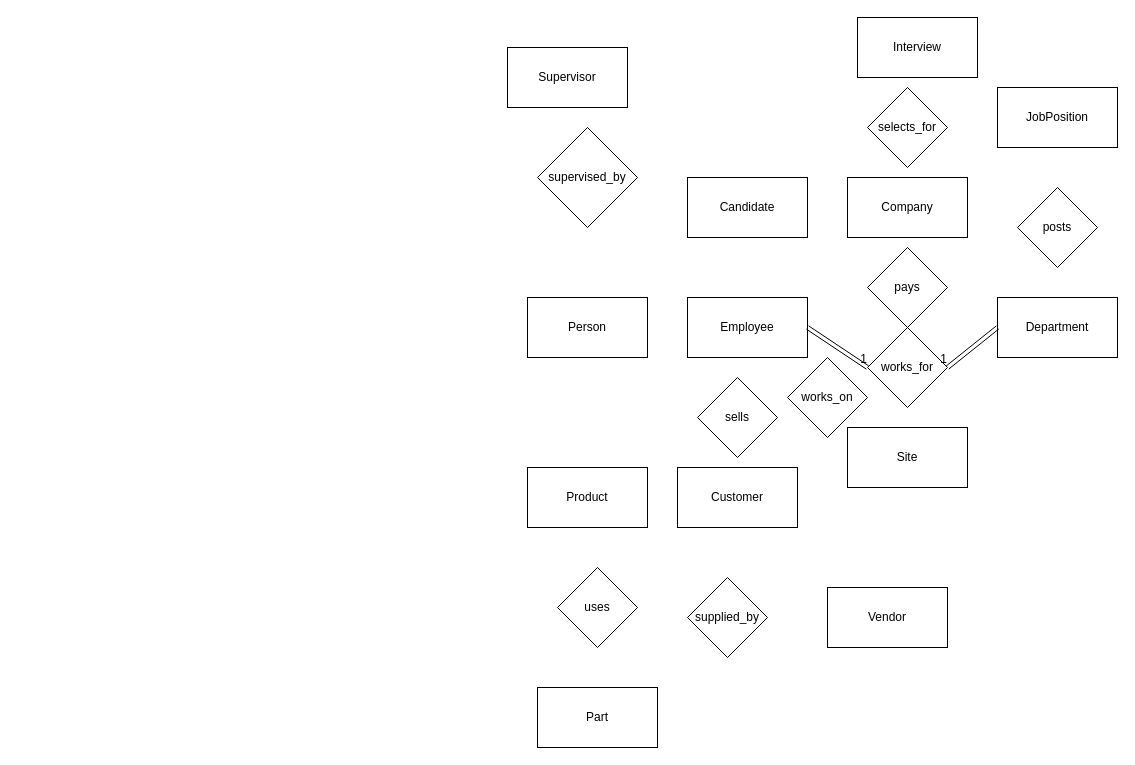
Before: Untitled Diagram.drawio in yams-yams/SQLProject, a draw.io diagram. Source tidied: cells renumbered, new cells numbered last; positions are measured from the earlier drawing's top-left corner, leaving out a move shared by most shapes. Both pictures are drawn from the tidied source at 100%, with x=0, y=0 at pixel (507, 17).
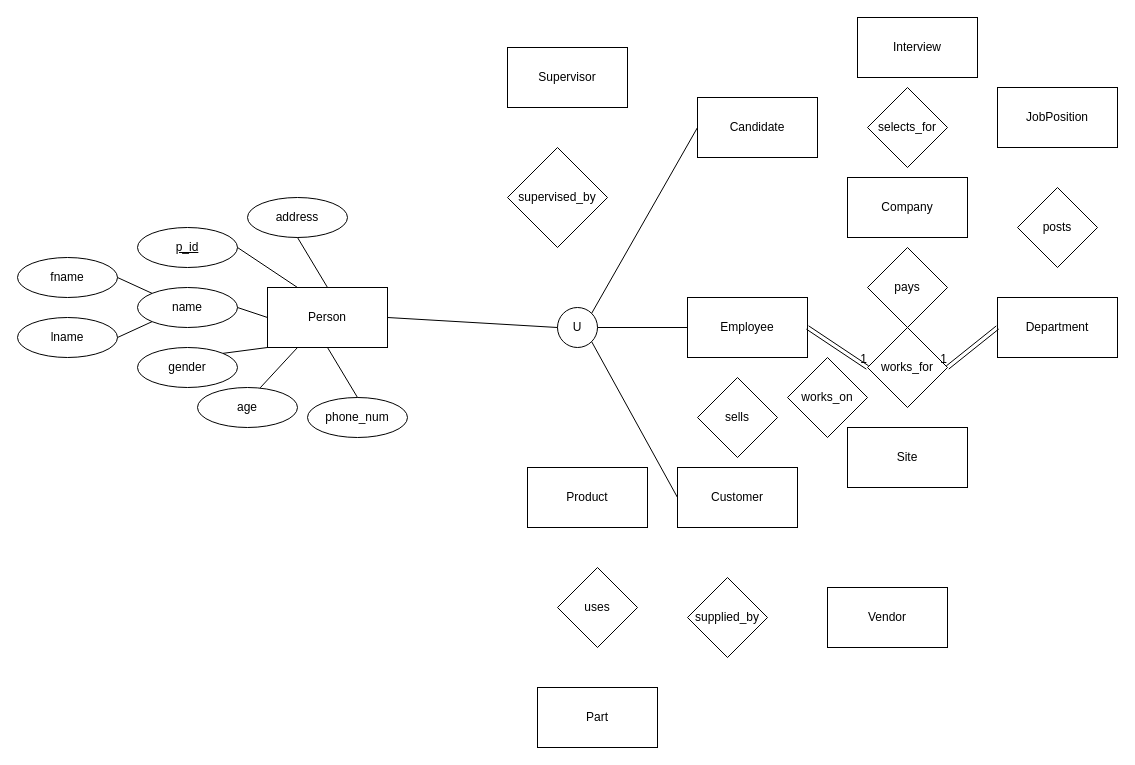
After the change.

The change refers to these unchanged cells:
```xml
<mxCell id="3" value="Employee" style="rounded=0;whiteSpace=wrap;html=1;" parent="1" vertex="1">
  <mxGeometry x="180" y="280" width="120" height="60" as="geometry" />
</mxCell>
<mxCell id="7" value="Customer" style="rounded=0;whiteSpace=wrap;html=1;" parent="1" vertex="1">
  <mxGeometry x="170" y="450" width="120" height="60" as="geometry" />
</mxCell>
```

Diff of the diagram source:
```diff
@@
     <mxCell id="5" value="Person" style="rounded=0;whiteSpace=wrap;html=1;" parent="1" vertex="1">
-      <mxGeometry x="20" y="280" width="120" height="60" as="geometry" />
+      <mxGeometry x="-240" y="270" width="120" height="60" as="geometry" />
     </mxCell>
@@
     <mxCell id="8" value="Candidate" style="rounded=0;whiteSpace=wrap;html=1;" parent="1" vertex="1">
-      <mxGeometry x="180" y="160" width="120" height="60" as="geometry" />
+      <mxGeometry x="190" y="80" width="120" height="60" as="geometry" />
     </mxCell>
@@
     <mxCell id="17" value="supervised_by" style="rhombus;whiteSpace=wrap;html=1;" parent="1" vertex="1">
-      <mxGeometry x="30" y="110" width="100" height="100" as="geometry" />
+      <mxGeometry y="130" width="100" height="100" as="geometry" />
     </mxCell>
@@
+    <mxCell id="28" value="U" style="ellipse;whiteSpace=wrap;html=1;align=center;" parent="1" vertex="1">
+      <mxGeometry x="50" y="290" width="40" height="40" as="geometry" />
+    </mxCell>
+    <mxCell id="29" style="endArrow=none;html=1;rounded=0;entryX=0;entryY=0.5;entryDx=0;entryDy=0;exitX=1;exitY=0.5;exitDx=0;exitDy=0;" parent="1" edge="1" source="5" target="28">
+      <mxGeometry relative="1" as="geometry" />
+    </mxCell>
+    <mxCell id="30" style="endArrow=none;html=1;rounded=0;exitX=1;exitY=0.5;exitDx=0;exitDy=0;entryX=0;entryY=0.5;entryDx=0;entryDy=0;" parent="1" edge="1" source="28" target="3">
+      <mxGeometry relative="1" as="geometry" />
+    </mxCell>
+    <mxCell id="31" style="endArrow=none;html=1;rounded=0;exitX=1;exitY=0;exitDx=0;exitDy=0;entryX=0;entryY=0.5;entryDx=0;entryDy=0;" parent="1" edge="1" source="28" target="8">
+      <mxGeometry relative="1" as="geometry" />
+    </mxCell>
+    <mxCell id="32" style="endArrow=none;html=1;rounded=0;exitX=1;exitY=1;exitDx=0;exitDy=0;entryX=0;entryY=0.5;entryDx=0;entryDy=0;" parent="1" edge="1" source="28" target="7">
+      <mxGeometry relative="1" as="geometry" />
+    </mxCell>
+    <mxCell id="33" value="p_id" style="ellipse;whiteSpace=wrap;html=1;align=center;fontStyle=4;" parent="1" vertex="1">
+      <mxGeometry x="-370" y="210" width="100" height="40" as="geometry" />
+    </mxCell>
+    <mxCell id="34" value="fname" style="ellipse;whiteSpace=wrap;html=1;align=center;" parent="1" vertex="1">
+      <mxGeometry x="-490" y="240" width="100" height="40" as="geometry" />
+    </mxCell>
+    <mxCell id="35" value="name" style="ellipse;whiteSpace=wrap;html=1;align=center;" parent="1" vertex="1">
+      <mxGeometry x="-370" y="270" width="100" height="40" as="geometry" />
+    </mxCell>
+    <mxCell id="36" value="lname" style="ellipse;whiteSpace=wrap;html=1;align=center;" parent="1" vertex="1">
+      <mxGeometry x="-490" y="300" width="100" height="40" as="geometry" />
+    </mxCell>
+    <mxCell id="37" value="gender" style="ellipse;whiteSpace=wrap;html=1;align=center;" parent="1" vertex="1">
+      <mxGeometry x="-370" y="330" width="100" height="40" as="geometry" />
+    </mxCell>
+    <mxCell id="38" value="age" style="ellipse;whiteSpace=wrap;html=1;align=center;" parent="1" vertex="1">
+      <mxGeometry x="-310" y="370" width="100" height="40" as="geometry" />
+    </mxCell>
+    <mxCell id="39" value="address" style="ellipse;whiteSpace=wrap;html=1;align=center;" parent="1" vertex="1">
+      <mxGeometry x="-260" y="180" width="100" height="40" as="geometry" />
+    </mxCell>
+    <mxCell id="40" style="endArrow=none;html=1;rounded=0;exitX=0.5;exitY=1;exitDx=0;exitDy=0;entryX=0.5;entryY=0;entryDx=0;entryDy=0;" parent="1" edge="1" source="39" target="5">
+      <mxGeometry relative="1" as="geometry" />
+    </mxCell>
+    <mxCell id="41" style="endArrow=none;html=1;rounded=0;exitX=1;exitY=0.5;exitDx=0;exitDy=0;entryX=0.25;entryY=0;entryDx=0;entryDy=0;" parent="1" edge="1" source="33" target="5">
+      <mxGeometry relative="1" as="geometry" />
+    </mxCell>
+    <mxCell id="42" style="endArrow=none;html=1;rounded=0;exitX=1;exitY=0.5;exitDx=0;exitDy=0;entryX=0;entryY=0.5;entryDx=0;entryDy=0;" parent="1" edge="1" source="35" target="5">
+      <mxGeometry relative="1" as="geometry" />
+    </mxCell>
+    <mxCell id="43" value="phone_num" style="ellipse;whiteSpace=wrap;html=1;align=center;" parent="1" vertex="1">
+      <mxGeometry x="-200" y="380" width="100" height="40" as="geometry" />
+    </mxCell>
+    <mxCell id="44" style="endArrow=none;html=1;rounded=0;exitX=0.5;exitY=1;exitDx=0;exitDy=0;entryX=0.5;entryY=0;entryDx=0;entryDy=0;" parent="1" edge="1" source="5" target="43">
+      <mxGeometry relative="1" as="geometry" />
+    </mxCell>
+    <mxCell id="45" style="endArrow=none;html=1;rounded=0;exitX=0.25;exitY=1;exitDx=0;exitDy=0;entryX=0.627;entryY=0.008;entryDx=0;entryDy=0;entryPerimeter=0;" parent="1" edge="1" source="5" target="38">
+      <mxGeometry relative="1" as="geometry" />
+    </mxCell>
+    <mxCell id="46" style="endArrow=none;html=1;rounded=0;exitX=0;exitY=1;exitDx=0;exitDy=0;entryX=1;entryY=0;entryDx=0;entryDy=0;" parent="1" edge="1" source="5" target="37">
+      <mxGeometry relative="1" as="geometry" />
+    </mxCell>
+    <mxCell id="47" style="endArrow=none;html=1;rounded=0;exitX=0;exitY=0;exitDx=0;exitDy=0;entryX=1;entryY=0.5;entryDx=0;entryDy=0;" parent="1" edge="1" source="35" target="34">
+      <mxGeometry relative="1" as="geometry" />
+    </mxCell>
+    <mxCell id="48" style="endArrow=none;html=1;rounded=0;exitX=0;exitY=1;exitDx=0;exitDy=0;entryX=1;entryY=0.5;entryDx=0;entryDy=0;" parent="1" edge="1" source="35" target="36">
+      <mxGeometry relative="1" as="geometry" />
+    </mxCell>
```
